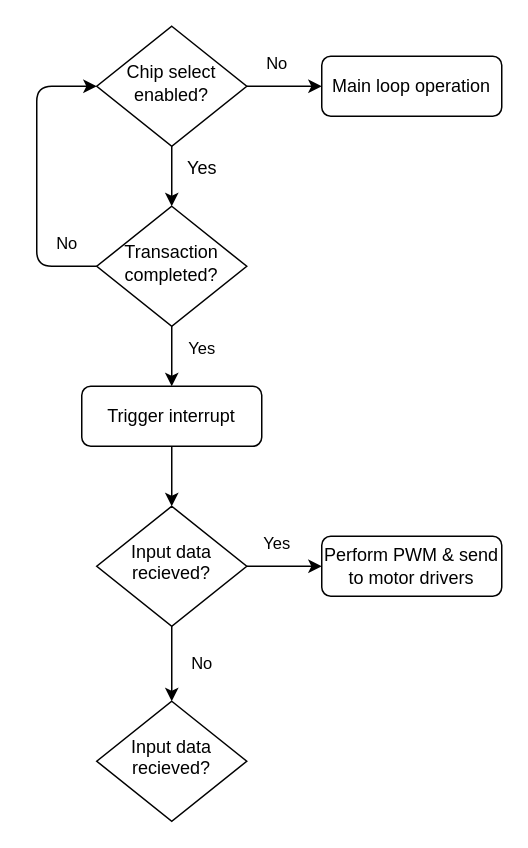
Above: test.dio in Kyle-912/HDL (draw.io), before the change. Source tidied: cells renumbered, new cells numbered last; positions are measured from the earlier drawing's top-left corner, leaving out a move shared by most shapes. Both pictures are drawn from the tidied source at 150%, with x=0, y=0 at pixel (36, 26).
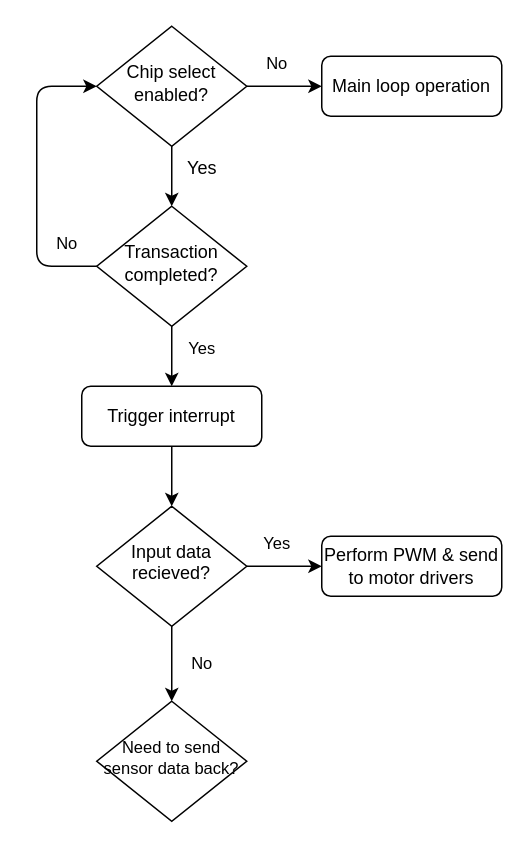
After the change.

What changed in the source:
```diff
@@
-    <mxCell id="21" value="&lt;p style=&quot;line-height: 110%;&quot;&gt;Input data recieved?&lt;/p&gt;" style="rhombus;whiteSpace=wrap;html=1;shadow=0;fontFamily=Helvetica;fontSize=12;align=center;strokeWidth=1;spacing=6;spacingTop=-4;" parent="1" vertex="1">
+    <mxCell id="21" value="&lt;p style=&quot;line-height: 110%;&quot;&gt;&lt;span style=&quot;background-color: initial;&quot;&gt;&lt;font style=&quot;font-size: 11px;&quot;&gt;Need to send sensor data&lt;/font&gt;&lt;/span&gt;&lt;span style=&quot;background-color: initial;&quot;&gt;&lt;font style=&quot;font-size: 11px;&quot;&gt;&amp;nbsp;&lt;/font&gt;&lt;/span&gt;&lt;span style=&quot;background-color: initial; font-size: 11px;&quot;&gt;back?&lt;/span&gt;&lt;/p&gt;" style="rhombus;whiteSpace=wrap;html=1;shadow=0;fontFamily=Helvetica;fontSize=12;align=center;strokeWidth=1;spacing=6;spacingTop=-4;" parent="1" vertex="1">
       <mxGeometry x="40" y="450" width="100" height="80" as="geometry" />
     </mxCell>
```
